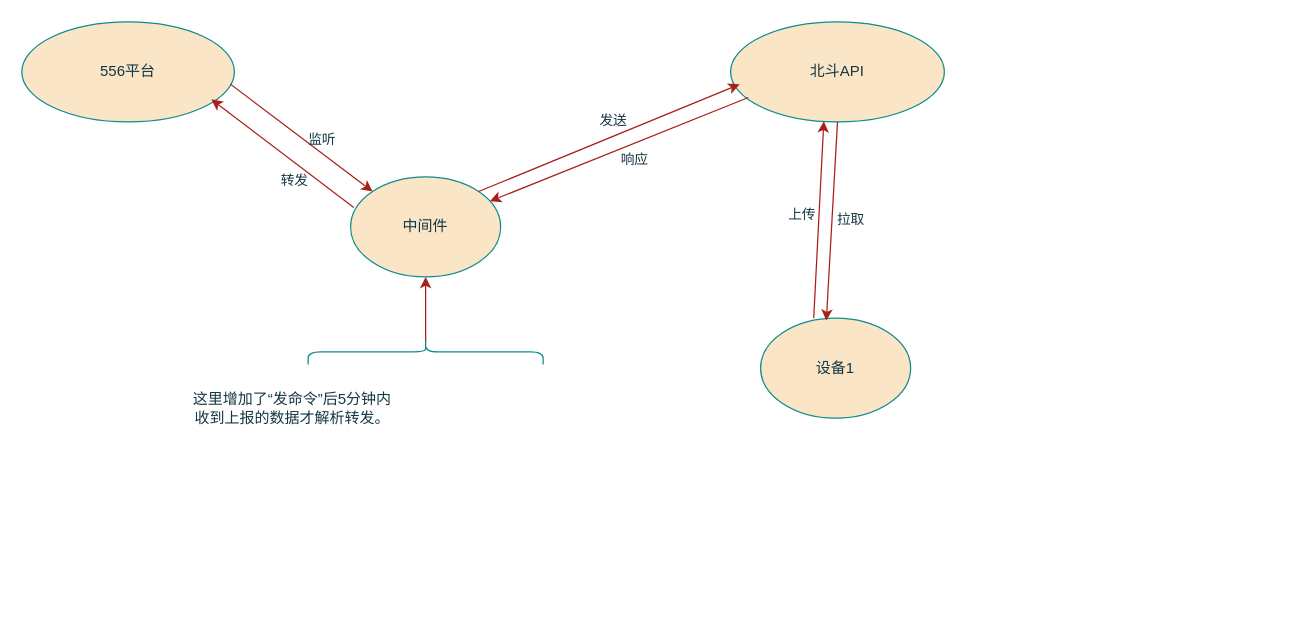
The draw.io diagram 556转发逻辑流程图.drawio in GoodDream01/nm-serial, before the edit. Source tidied: cells renumbered, new cells numbered last; positions are measured from the earlier drawing's top-left corner, leaving out a move shared by most shapes. Both pictures are drawn from the tidied source at 125%, with x=0, y=0 at pixel (21, 21).
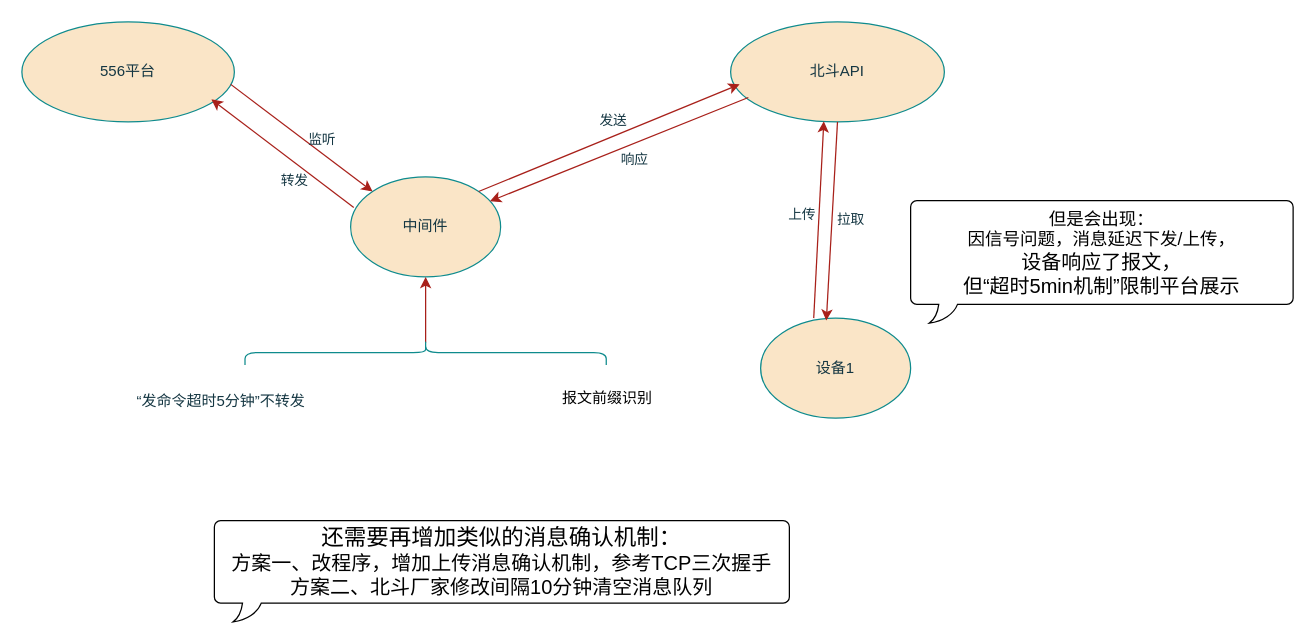
The same page after the edit.

Commit message:
更新556转发逻辑流程图.drawio

Diff of the diagram source:
```diff
@@
-    <mxCell id="18" value="这里增加了“发命令”后5分钟内&lt;div&gt;收到上报的数据才解析转发。&lt;/div&gt;" style="text;html=1;align=center;verticalAlign=middle;strokeColor=none;fillColor=none;labelBackgroundColor=none;fontColor=#143642;" parent="1" vertex="1">
-      <mxGeometry x="127" y="288" width="177" height="41" as="geometry" />
+    <mxCell id="18" value="“发命令超时5分钟”不转发" style="text;html=1;align=center;verticalAlign=middle;strokeColor=none;fillColor=none;labelBackgroundColor=none;fontColor=#143642;" parent="1" vertex="1">
+      <mxGeometry x="82" y="291" width="153" height="26" as="geometry" />
     </mxCell>
@@
-    <mxCell id="20" style="shape=curlyBracket;whiteSpace=wrap;html=1;rounded=1;labelPosition=left;verticalLabelPosition=middle;align=right;verticalAlign=middle;strokeColor=#0F8B8D;fontColor=#143642;fillColor=#FAE5C7;rotation=90;" parent="1" vertex="1">
-      <mxGeometry x="313" y="170" width="20" height="188" as="geometry" />
+    <mxCell id="20" style="shape=curlyBracket;whiteSpace=wrap;html=1;rounded=1;labelPosition=left;verticalLabelPosition=middle;align=right;verticalAlign=middle;strokeColor=#0F8B8D;fontColor=#143642;fillColor=#FAE5C7;rotation=90;size=0.5;" parent="1" vertex="1">
+      <mxGeometry x="313" y="120" width="20" height="289" as="geometry" />
     </mxCell>
+    <mxCell id="21" value="报文前缀识别" style="text;html=1;align=center;verticalAlign=middle;strokeColor=none;fillColor=none;" parent="1" vertex="1">
+      <mxGeometry x="423" y="288" width="90" height="26" as="geometry" />
+    </mxCell>
+    <mxCell id="22" value="&lt;span style=&quot;text-wrap: nowrap;&quot;&gt;&lt;font style=&quot;font-size: 18px;&quot;&gt;还需要再增加类似的消息确认机制：&lt;/font&gt;&lt;/span&gt;&lt;div style=&quot;text-wrap: nowrap;&quot;&gt;&lt;font size=&quot;3&quot;&gt;&lt;span style=&quot;background-color: transparent;&quot;&gt;方案一、改程序，&lt;/span&gt;&lt;span style=&quot;background-color: transparent;&quot;&gt;增加上传消息确认机制，参考TCP三次握手&lt;/span&gt;&lt;/font&gt;&lt;/div&gt;&lt;div style=&quot;text-wrap: nowrap;&quot;&gt;&lt;font size=&quot;3&quot;&gt;方案二、北斗厂家修改间隔10分钟清空消息队列&lt;/font&gt;&lt;/div&gt;" style="whiteSpace=wrap;html=1;shape=mxgraph.basic.roundRectCallout;dx=30;dy=15;size=5;boundedLbl=1;" parent="1" vertex="1">
+      <mxGeometry x="154" y="399" width="460" height="81" as="geometry" />
+    </mxCell>
+    <mxCell id="23" value="&lt;font style=&quot;font-size: 14px;&quot;&gt;&lt;span style=&quot;text-wrap: nowrap;&quot;&gt;但是会出现：&lt;/span&gt;&lt;br style=&quot;text-wrap: nowrap;&quot;&gt;&lt;span style=&quot;text-wrap: nowrap;&quot;&gt;因信号问题，消息延迟下发/上传，&lt;/span&gt;&lt;/font&gt;&lt;div&gt;&lt;span style=&quot;text-wrap: nowrap;&quot;&gt;&lt;font size=&quot;3&quot;&gt;设备响应了报文，&lt;/font&gt;&lt;/span&gt;&lt;div&gt;&lt;span style=&quot;text-wrap: nowrap;&quot;&gt;&lt;font size=&quot;3&quot;&gt;但“超时5min机制”限制平台展示&lt;/font&gt;&lt;/span&gt;&lt;/div&gt;&lt;/div&gt;" style="whiteSpace=wrap;html=1;shape=mxgraph.basic.roundRectCallout;dx=30;dy=15;size=5;boundedLbl=1;" parent="1" vertex="1">
+      <mxGeometry x="711" y="143" width="306" height="98" as="geometry" />
+    </mxCell>
```
